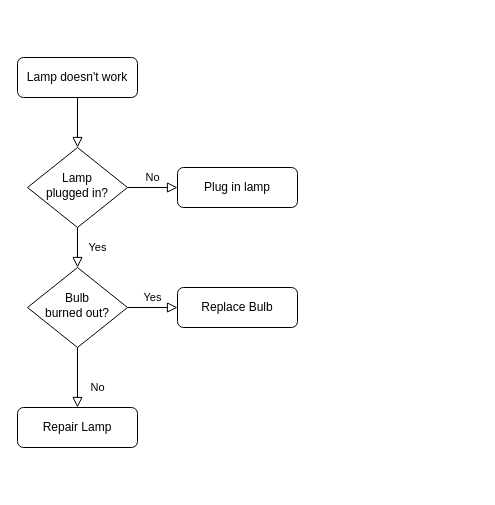
This is flow1.drawio from Knightsepehr/flowchartz, a draw.io file, before an edit. Source tidied: cells renumbered, new cells numbered last; positions are measured from the earlier drawing's top-left corner, leaving out a move shared by most shapes. Both pictures are drawn from the tidied source at 100%, with x=0, y=0 at pixel (17, 57).
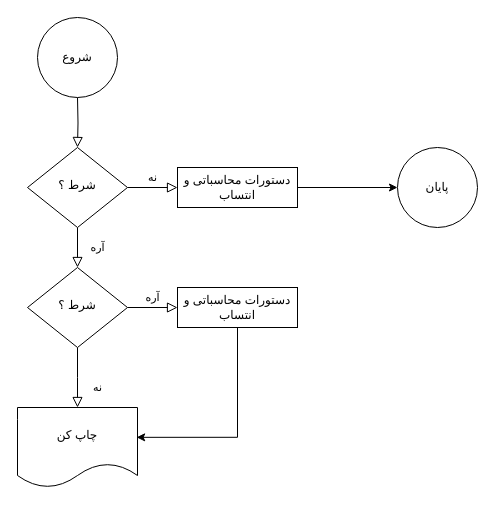
After the change.

Change to the diagram source:
```diff
@@
 <mxGraphModel>
   <root>
     <mxCell id="0" />
     <mxCell id="1" parent="0" />
-    <mxCell id="2" style="rounded=0;html=1;jettySize=auto;fontSize=11;endArrow=block;endFill=0;endSize=8;strokeWidth=1;shadow=0;labelBackgroundColor=none;edgeStyle=orthogonalEdgeStyle;" parent="1" edge="1" source="3" target="6">
-      <mxGeometry relative="1" as="geometry" />
+    <mxCell id="2" style="rounded=0;html=1;jettySize=auto;fontSize=11;endArrow=block;endFill=0;endSize=8;strokeWidth=1;shadow=0;labelBackgroundColor=none;edgeStyle=orthogonalEdgeStyle;" parent="1" edge="1" target="6">
+      <mxGeometry relative="1" as="geometry">
+        <mxPoint x="60" y="40" as="sourcePoint" />
+      </mxGeometry>
     </mxCell>
-    <mxCell id="3" value="Lamp doesn't work" style="rounded=1;whiteSpace=wrap;html=1;fontSize=12;glass=0;strokeWidth=1;shadow=0;" parent="1" vertex="1">
-      <mxGeometry width="120" height="40" as="geometry" />
-    </mxCell>
-    <mxCell id="4" value="Yes" style="rounded=0;html=1;jettySize=auto;fontSize=11;endArrow=block;endFill=0;endSize=8;strokeWidth=1;shadow=0;labelBackgroundColor=none;edgeStyle=orthogonalEdgeStyle;" parent="1" edge="1" source="6" target="10">
+    <mxCell id="4" value="آره" style="rounded=0;html=1;jettySize=auto;fontSize=11;endArrow=block;endFill=0;endSize=8;strokeWidth=1;shadow=0;labelBackgroundColor=none;edgeStyle=orthogonalEdgeStyle;" parent="1" edge="1" source="6" target="10">
       <mxGeometry y="20" relative="1" as="geometry" />
     </mxCell>
-    <mxCell id="5" value="No" style="edgeStyle=orthogonalEdgeStyle;rounded=0;html=1;jettySize=auto;fontSize=11;endArrow=block;endFill=0;endSize=8;strokeWidth=1;shadow=0;labelBackgroundColor=none;" parent="1" edge="1" source="6" target="7">
+    <mxCell id="5" value="نه" style="edgeStyle=orthogonalEdgeStyle;rounded=0;html=1;jettySize=auto;fontSize=11;endArrow=block;endFill=0;endSize=8;strokeWidth=1;shadow=0;labelBackgroundColor=none;" parent="1" edge="1" source="6" target="7">
       <mxGeometry y="10" relative="1" as="geometry" />
     </mxCell>
-    <mxCell id="6" value="Lamp&lt;br&gt;plugged in?" style="rhombus;whiteSpace=wrap;html=1;shadow=0;fontFamily=Helvetica;fontSize=12;align=center;strokeWidth=1;spacing=6;spacingTop=-4;" parent="1" vertex="1">
+    <mxCell id="6" value="شرط ؟" style="rhombus;whiteSpace=wrap;html=1;shadow=0;fontFamily=Helvetica;fontSize=12;align=center;strokeWidth=1;spacing=6;spacingTop=-4;" parent="1" vertex="1">
       <mxGeometry x="10" y="90" width="100" height="80" as="geometry" />
     </mxCell>
+    <mxCell id="13" style="edgeStyle=orthogonalEdgeStyle;rounded=0;jettySize=auto;html=1;" parent="1" edge="1" source="7" target="17">
+      <mxGeometry relative="1" as="geometry" />
+    </mxCell>
-    <mxCell id="7" value="Plug in lamp" style="rounded=1;whiteSpace=wrap;html=1;fontSize=12;glass=0;strokeWidth=1;shadow=0;" parent="1" vertex="1">
+    <mxCell id="7" value="دستورات محاسباتی و انتساب" style="rounded=1;whiteSpace=wrap;html=1;fontSize=12;glass=0;strokeWidth=1;shadow=0;arcSize=0;" parent="1" vertex="1">
       <mxGeometry x="160" y="110" width="120" height="40" as="geometry" />
     </mxCell>
-    <mxCell id="8" value="No" style="rounded=0;html=1;jettySize=auto;fontSize=11;endArrow=block;endFill=0;endSize=8;strokeWidth=1;shadow=0;labelBackgroundColor=none;edgeStyle=orthogonalEdgeStyle;" parent="1" edge="1" source="10" target="11">
-      <mxGeometry x="0.33" y="20" relative="1" as="geometry" />
+    <mxCell id="8" value="نه" style="rounded=0;html=1;jettySize=auto;fontSize=11;endArrow=block;endFill=0;endSize=8;strokeWidth=1;shadow=0;labelBackgroundColor=none;edgeStyle=orthogonalEdgeStyle;" parent="1" edge="1" source="10">
+      <mxGeometry x="0.33" y="20" relative="1" as="geometry">
+        <mxPoint x="60" y="350" as="targetPoint" />
+      </mxGeometry>
     </mxCell>
-    <mxCell id="9" value="Yes" style="edgeStyle=orthogonalEdgeStyle;rounded=0;html=1;jettySize=auto;fontSize=11;endArrow=block;endFill=0;endSize=8;strokeWidth=1;shadow=0;labelBackgroundColor=none;" parent="1" edge="1" source="10" target="12">
+    <mxCell id="9" value="آره" style="edgeStyle=orthogonalEdgeStyle;rounded=0;html=1;jettySize=auto;fontSize=11;endArrow=block;endFill=0;endSize=8;strokeWidth=1;shadow=0;labelBackgroundColor=none;" parent="1" edge="1" source="10" target="12">
       <mxGeometry y="10" relative="1" as="geometry" />
     </mxCell>
-    <mxCell id="10" value="Bulb&lt;br&gt;burned out?" style="rhombus;whiteSpace=wrap;html=1;shadow=0;fontFamily=Helvetica;fontSize=12;align=center;strokeWidth=1;spacing=6;spacingTop=-4;" parent="1" vertex="1">
+    <mxCell id="10" value="شرط ؟" style="rhombus;whiteSpace=wrap;html=1;shadow=0;fontFamily=Helvetica;fontSize=12;align=center;strokeWidth=1;spacing=6;spacingTop=-4;" parent="1" vertex="1">
       <mxGeometry x="10" y="210" width="100" height="80" as="geometry" />
     </mxCell>
-    <mxCell id="11" value="Repair Lamp" style="rounded=1;whiteSpace=wrap;html=1;fontSize=12;glass=0;strokeWidth=1;shadow=0;" parent="1" vertex="1">
-      <mxGeometry y="350" width="120" height="40" as="geometry" />
-    </mxCell>
-    <mxCell id="12" value="Replace Bulb" style="rounded=1;whiteSpace=wrap;html=1;fontSize=12;glass=0;strokeWidth=1;shadow=0;" parent="1" vertex="1">
+    <mxCell id="12" value="دستورات محاسباتی و انتساب" style="rounded=1;whiteSpace=wrap;html=1;fontSize=12;glass=0;strokeWidth=1;shadow=0;arcSize=0;" parent="1" vertex="1">
       <mxGeometry x="160" y="230" width="120" height="40" as="geometry" />
     </mxCell>
+    <mxCell id="14" value="چاپ کن" style="shape=document;whiteSpace=wrap;html=1;boundedLbl=1;" parent="1" vertex="1">
+      <mxGeometry y="350" width="120" height="80" as="geometry" />
+    </mxCell>
+    <mxCell id="15" value="شروع" style="ellipse;whiteSpace=wrap;html=1;" parent="1" vertex="1">
+      <mxGeometry x="20" y="-40" width="80" height="80" as="geometry" />
+    </mxCell>
+    <mxCell id="16" style="edgeStyle=orthogonalEdgeStyle;rounded=0;jettySize=auto;html=1;entryX=0.993;entryY=0.373;entryDx=0;entryDy=0;entryPerimeter=0;" parent="1" edge="1" source="12" target="14">
+      <mxGeometry relative="1" as="geometry">
+        <Array as="points">
+          <mxPoint x="220" y="380" />
+        </Array>
+      </mxGeometry>
+    </mxCell>
+    <mxCell id="17" value="پایان" style="ellipse;whiteSpace=wrap;html=1;rounded=1;glass=0;strokeWidth=1;shadow=0;arcSize=0;" parent="1" vertex="1">
+      <mxGeometry x="380" y="90" width="80" height="80" as="geometry" />
+    </mxCell>
   </root>
 </mxGraphModel>
```
